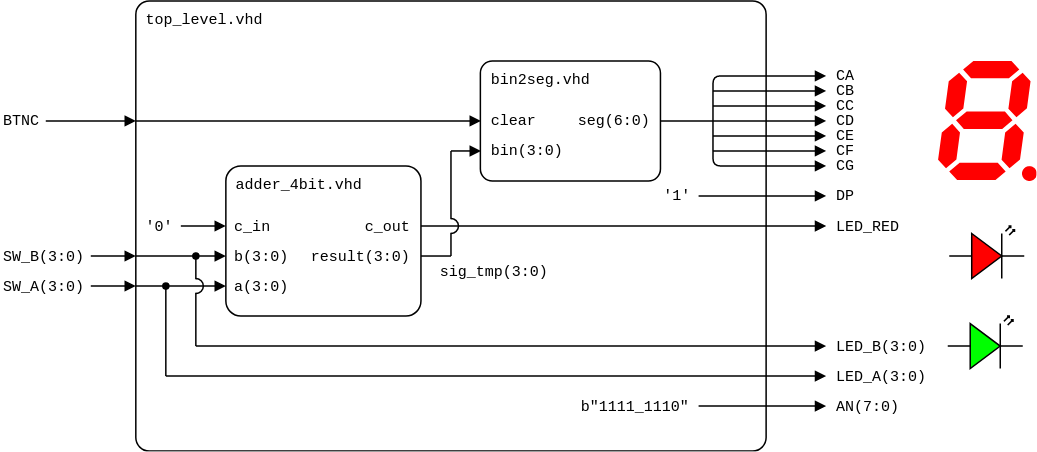
This is lab4-adder/images/top-level_structure.png from tomas-fryza/vhdl-course, a draw.io export, as it was before one commit. Source tidied: cells renumbered, new cells last; positions are measured from the earlier drawing's top-left corner, leaving out a move shared by most shapes.
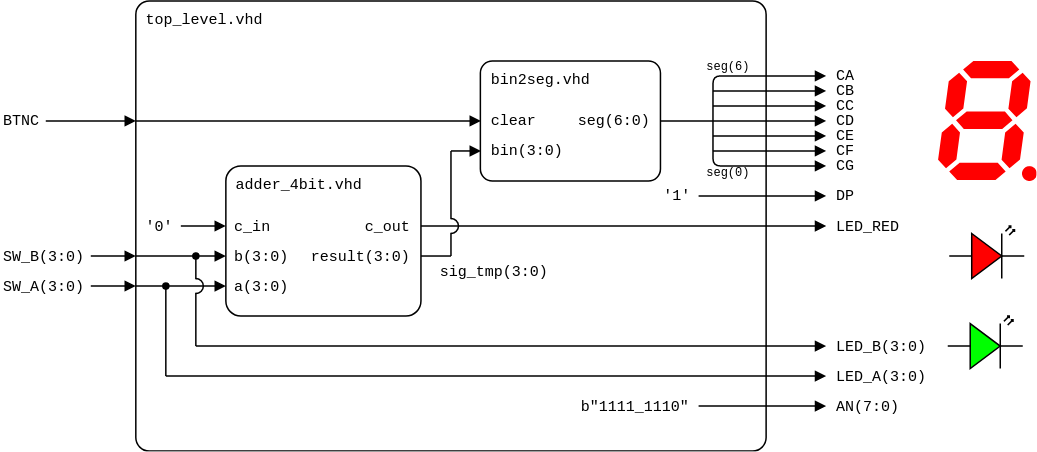
Above is the later version.

Diff of the diagram source:
```diff
@@ -287,5 +287,11 @@
         <mxPoint x="300" y="170" as="targetPoint" />
       </mxGeometry>
     </mxCell>
+    <mxCell id="66" value="&lt;div style=&quot;line-height: 100%; font-size: 8px;&quot;&gt;seg(6)&lt;/div&gt;" style="text;html=1;align=center;verticalAlign=middle;whiteSpace=wrap;rounded=0;fontFamily=Courier New;fontSize=8;fillOpacity=100;spacing=2;spacingRight=0;" parent="1" vertex="1">
+      <mxGeometry x="460" y="34" width="50" height="20" as="geometry" />
+    </mxCell>
+    <mxCell id="67" value="&lt;div style=&quot;line-height: 100%; font-size: 8px;&quot;&gt;seg(0)&lt;/div&gt;" style="text;html=1;align=center;verticalAlign=middle;whiteSpace=wrap;rounded=0;fontFamily=Courier New;fontSize=8;fillOpacity=100;spacing=2;spacingRight=0;" parent="1" vertex="1">
+      <mxGeometry x="460" y="105" width="50" height="20" as="geometry" />
+    </mxCell>
   </root>
 </mxGraphModel>
```
